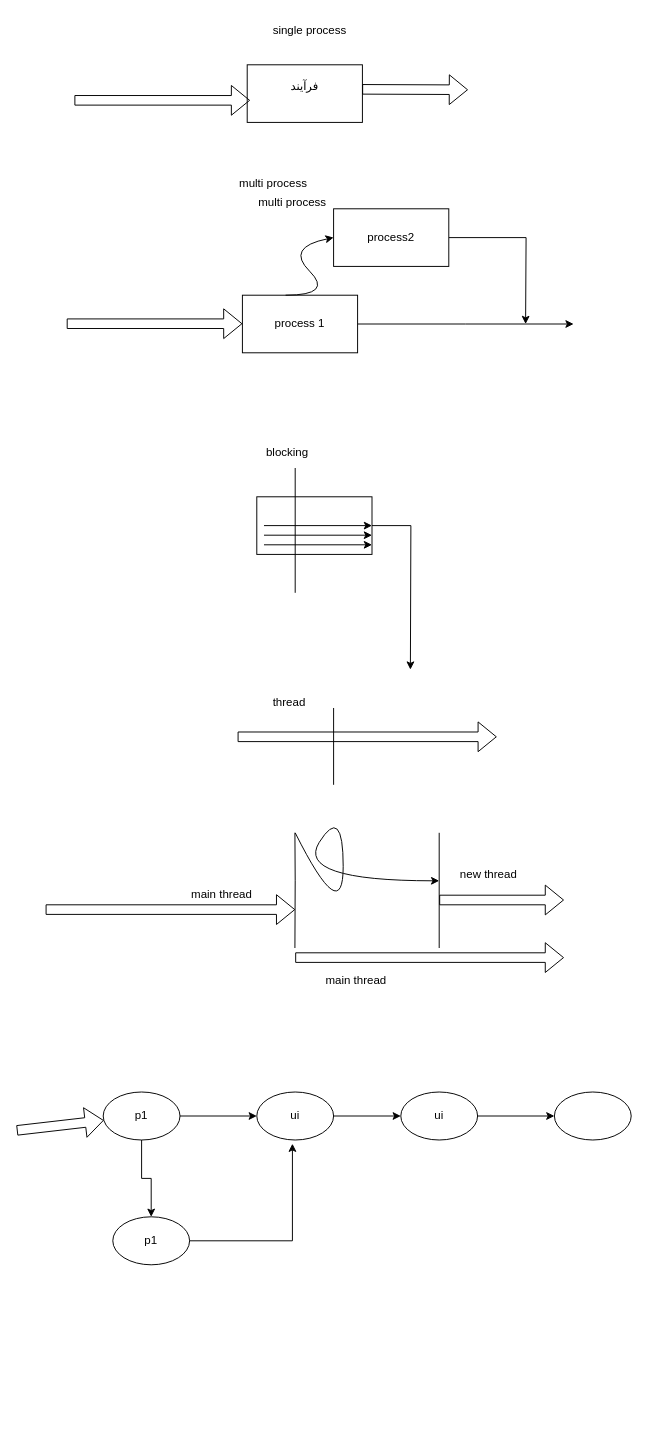
The draw.io diagram async method.drawio in mahdi-naeeni/To-Do-List, before the edit. Source tidied: cells renumbered, new cells numbered last; positions are measured from the earlier drawing's top-left corner, leaving out a move shared by most shapes. Both pictures are drawn from the tidied source at 96%, with x=0, y=0 at pixel (16, 16).
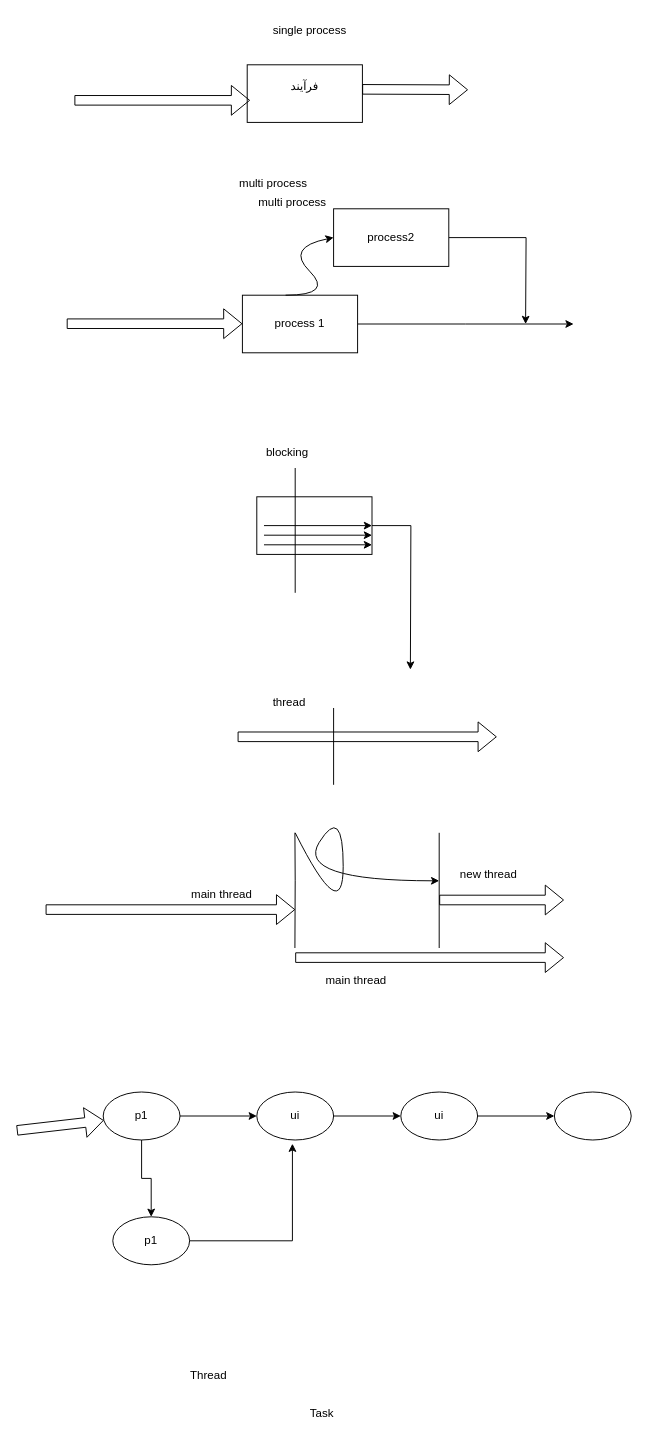
The same diagram, later.

Change to the diagram source:
```diff
@@
+    <mxCell id="44" value="Thread" style="text;strokeColor=none;align=center;fillColor=none;html=1;verticalAlign=middle;whiteSpace=wrap;rounded=0;" parent="1" vertex="1">
+      <mxGeometry x="170" y="1400" width="60" height="30" as="geometry" />
+    </mxCell>
+    <mxCell id="45" value="Task" style="text;strokeColor=none;align=center;fillColor=none;html=1;verticalAlign=middle;whiteSpace=wrap;rounded=0;" parent="1" vertex="1">
+      <mxGeometry x="287.5" y="1440" width="60" height="30" as="geometry" />
+    </mxCell>
```
